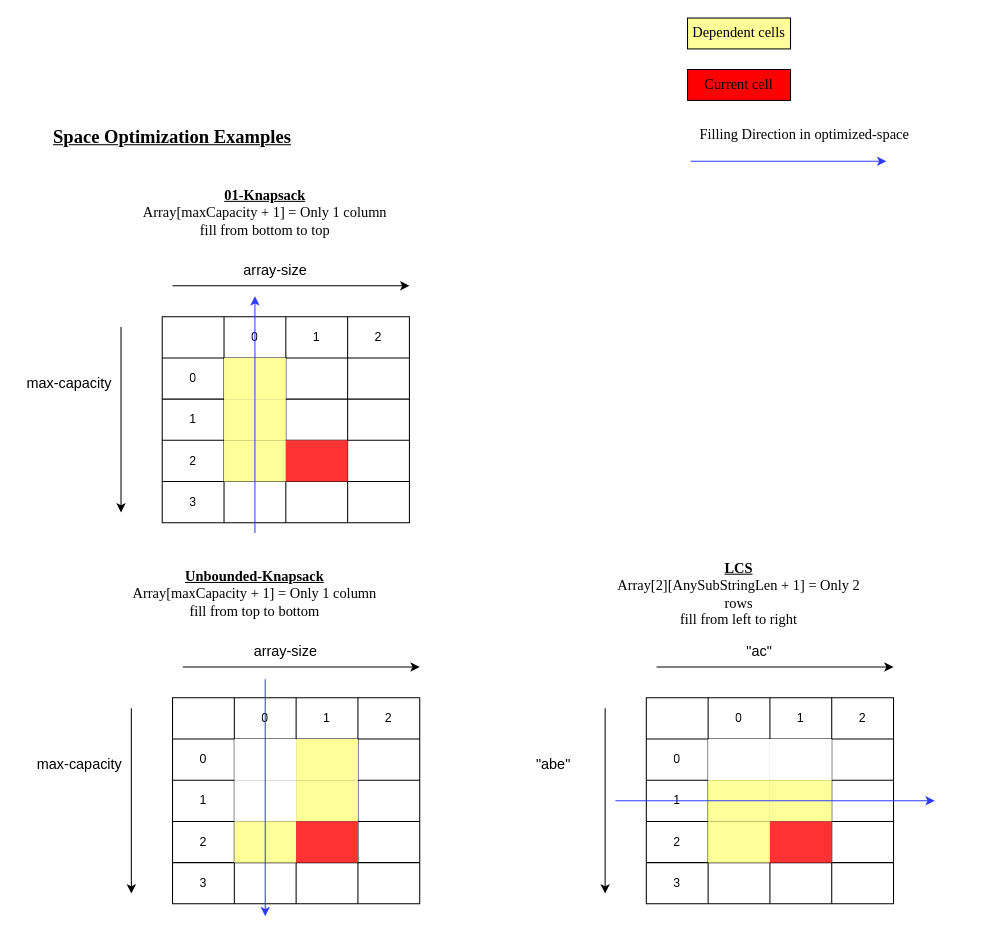
Above: resources/dp/SpaceOptimizationExamples.drawio in pintub/dataStructure-algo (draw.io), before the change. Source tidied: cells renumbered, new cells numbered last; positions are measured from the earlier drawing's top-left corner, leaving out a move shared by most shapes. Both pictures are drawn from the tidied source at 103%, with x=0, y=0 at pixel (18, 18).
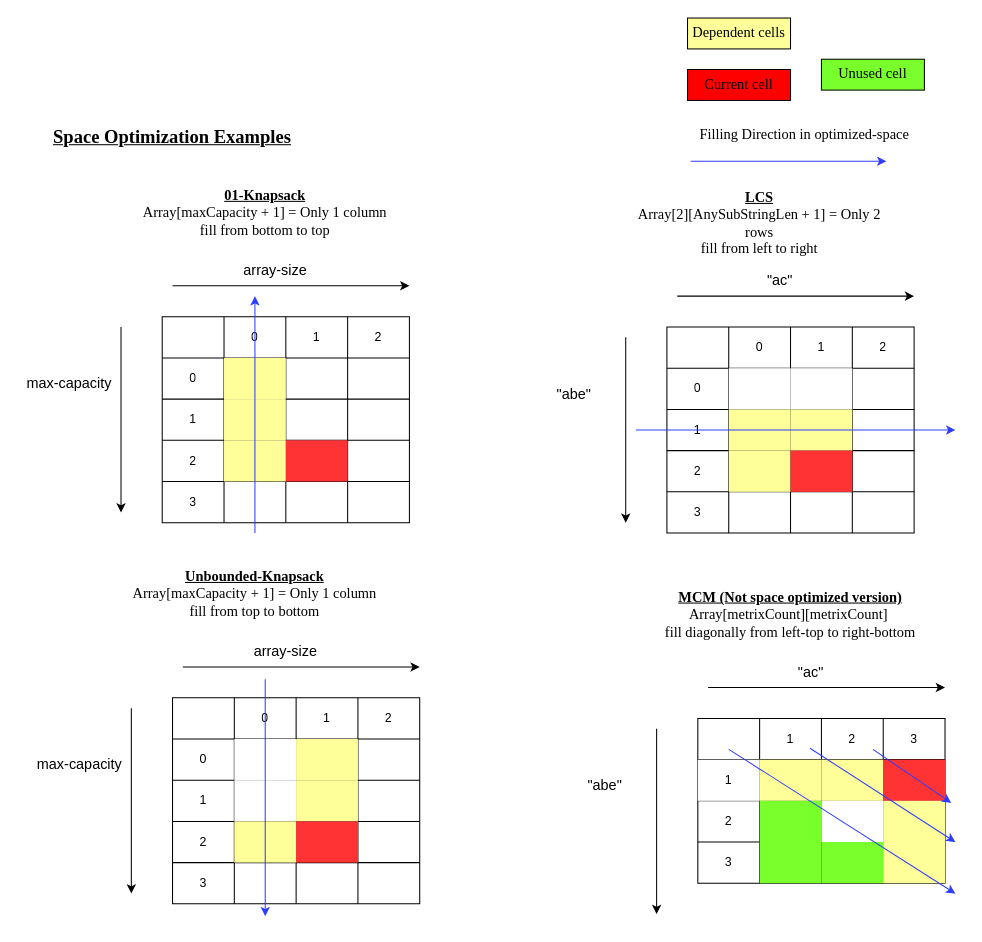
Above is the later version.

The edit, as a diff of the source:
```diff
@@
     <mxCell id="71" style="shape=table;startSize=0;childLayout=tableLayout;" parent="1" vertex="1">
-      <mxGeometry x="610" y="660" width="240" height="200" as="geometry" />
+      <mxGeometry x="630" y="300" width="240" height="200" as="geometry" />
     </mxCell>
@@
     <mxCell id="97" style="endArrow=classic;html=1;rounded=0;" parent="1" edge="1">
       <mxGeometry relative="1" as="geometry">
-        <mxPoint x="570" y="670" as="sourcePoint" />
-        <mxPoint x="570" y="850" as="targetPoint" />
+        <mxPoint x="590" y="310" as="sourcePoint" />
+        <mxPoint x="590" y="490" as="targetPoint" />
       </mxGeometry>
     </mxCell>
     <mxCell id="98" style="endArrow=classic;html=1;rounded=0;" parent="1" edge="1">
       <mxGeometry relative="1" as="geometry">
-        <mxPoint x="620" y="630" as="sourcePoint" />
-        <mxPoint x="850" y="630" as="targetPoint" />
+        <mxPoint x="640" y="270" as="sourcePoint" />
+        <mxPoint x="870" y="270" as="targetPoint" />
       </mxGeometry>
     </mxCell>
     <mxCell id="99" value="&lt;font style=&quot;font-size: 14px;&quot;&gt;&quot;ac&quot;&lt;/font&gt;" style="text;html=1;strokeColor=none;fillColor=none;align=center;verticalAlign=middle;whiteSpace=wrap;rounded=0;" parent="1" vertex="1">
-      <mxGeometry x="670" y="600" width="100" height="30" as="geometry" />
+      <mxGeometry x="690" y="240" width="100" height="30" as="geometry" />
     </mxCell>
     <mxCell id="100" value="&lt;font style=&quot;font-size: 14px;&quot;&gt;&quot;abe&quot;&lt;/font&gt;" style="text;html=1;strokeColor=none;fillColor=none;align=center;verticalAlign=middle;whiteSpace=wrap;rounded=0;" parent="1" vertex="1">
-      <mxGeometry x="470" y="710" width="100" height="30" as="geometry" />
+      <mxGeometry x="490" y="350" width="100" height="30" as="geometry" />
     </mxCell>
     <mxCell id="101" value="&lt;b style=&quot;text-decoration-line: underline;&quot;&gt;LCS&lt;/b&gt;&lt;br&gt;Array[2][AnySubStringLen + 1] = Only 2 rows&lt;br&gt;fill from left to right" style="text;html=1;strokeColor=none;fillColor=none;align=center;verticalAlign=middle;whiteSpace=wrap;rounded=0;fontFamily=Garamond;fontSize=14;" parent="1" vertex="1">
-      <mxGeometry x="570" y="530" width="260" height="60" as="geometry" />
+      <mxGeometry x="590" y="170" width="260" height="60" as="geometry" />
     </mxCell>
     <mxCell id="102" style="endArrow=classic;html=1;rounded=0;fontFamily=Garamond;fontSize=14;fillColor=#1003FF;strokeColor=#2E3CFF;" parent="1" edge="1">
       <mxGeometry relative="1" as="geometry">
-        <mxPoint x="580" y="760" as="sourcePoint" />
-        <mxPoint x="890" y="760" as="targetPoint" />
+        <mxPoint x="600" y="400" as="sourcePoint" />
+        <mxPoint x="910" y="400" as="targetPoint" />
       </mxGeometry>
     </mxCell>
+    <mxCell id="103" style="shape=table;startSize=0;childLayout=tableLayout;" parent="1" vertex="1">
+      <mxGeometry x="660" y="680" width="240" height="160" as="geometry" />
+    </mxCell>
+    <mxCell id="104" style="shape=tableRow;horizontal=0;startSize=0;swimlaneHead=0;swimlaneBody=0;top=0;left=0;bottom=0;right=0;fillColor=none;" parent="103" vertex="1">
+      <mxGeometry width="240" height="40" as="geometry" />
+    </mxCell>
+    <mxCell id="105" style="shape=partialRectangle;html=1;whiteSpace=wrap;overflow=hidden;fillColor=none;top=0;left=0;bottom=0;right=0;" parent="104" vertex="1">
+      <mxGeometry width="60" height="40" as="geometry" />
+    </mxCell>
+    <mxCell id="106" value="1" style="shape=partialRectangle;html=1;whiteSpace=wrap;overflow=hidden;fillColor=none;top=0;left=0;bottom=0;right=0;" parent="104" vertex="1">
+      <mxGeometry x="60" width="60" height="40" as="geometry" />
+    </mxCell>
+    <mxCell id="107" value="2" style="shape=partialRectangle;html=1;whiteSpace=wrap;overflow=hidden;fillColor=none;top=0;left=0;bottom=0;right=0;" parent="104" vertex="1">
+      <mxGeometry x="120" width="60" height="40" as="geometry" />
+    </mxCell>
+    <mxCell id="108" value="3" style="shape=partialRectangle;html=1;whiteSpace=wrap;overflow=hidden;fillColor=none;top=0;left=0;bottom=0;right=0;" parent="104" vertex="1">
+      <mxGeometry x="180" width="60" height="40" as="geometry" />
+    </mxCell>
+    <mxCell id="109" style="shape=tableRow;horizontal=0;startSize=0;swimlaneHead=0;swimlaneBody=0;top=0;left=0;bottom=0;right=0;fillColor=none;" parent="103" vertex="1">
+      <mxGeometry y="40" width="240" height="40" as="geometry" />
+    </mxCell>
+    <mxCell id="110" value="1" style="shape=partialRectangle;html=1;whiteSpace=wrap;overflow=hidden;fillColor=#FFFFFF;top=0;left=0;bottom=0;right=0;" parent="109" vertex="1">
+      <mxGeometry width="60" height="40" as="geometry" />
+    </mxCell>
+    <mxCell id="111" style="shape=partialRectangle;html=1;whiteSpace=wrap;overflow=hidden;fillColor=#FFFF99;top=0;left=0;bottom=0;right=0;" parent="109" vertex="1">
+      <mxGeometry x="60" width="60" height="40" as="geometry" />
+    </mxCell>
+    <mxCell id="112" style="shape=partialRectangle;html=1;whiteSpace=wrap;overflow=hidden;fillColor=#FFFF99;top=0;left=0;bottom=0;right=0;" parent="109" vertex="1">
+      <mxGeometry x="120" width="60" height="40" as="geometry" />
+    </mxCell>
+    <mxCell id="113" style="shape=partialRectangle;html=1;whiteSpace=wrap;overflow=hidden;fillColor=#FF3333;top=0;left=0;bottom=0;right=0;" parent="109" vertex="1">
+      <mxGeometry x="180" width="60" height="40" as="geometry" />
+    </mxCell>
+    <mxCell id="114" style="shape=tableRow;horizontal=0;startSize=0;swimlaneHead=0;swimlaneBody=0;top=0;left=0;bottom=0;right=0;fillColor=none;" parent="103" vertex="1">
+      <mxGeometry y="80" width="240" height="40" as="geometry" />
+    </mxCell>
+    <mxCell id="115" value="2" style="shape=partialRectangle;html=1;whiteSpace=wrap;overflow=hidden;fillColor=none;top=0;left=0;bottom=0;right=0;" parent="114" vertex="1">
+      <mxGeometry width="60" height="40" as="geometry" />
+    </mxCell>
+    <mxCell id="116" style="shape=partialRectangle;html=1;whiteSpace=wrap;overflow=hidden;fillColor=#79FF2B;top=0;left=0;bottom=0;right=0;" parent="114" vertex="1">
+      <mxGeometry x="60" width="60" height="40" as="geometry" />
+    </mxCell>
+    <mxCell id="117" style="shape=partialRectangle;html=1;whiteSpace=wrap;overflow=hidden;fillColor=#FFFFFF;top=0;left=0;bottom=0;right=0;" parent="114" vertex="1">
+      <mxGeometry x="120" width="60" height="40" as="geometry" />
+    </mxCell>
+    <mxCell id="118" style="shape=partialRectangle;html=1;whiteSpace=wrap;overflow=hidden;fillColor=#FFFF99;top=0;left=0;bottom=0;right=0;" parent="114" vertex="1">
+      <mxGeometry x="180" width="60" height="40" as="geometry" />
+    </mxCell>
+    <mxCell id="119" style="shape=tableRow;horizontal=0;startSize=0;swimlaneHead=0;swimlaneBody=0;top=0;left=0;bottom=0;right=0;fillColor=none;strokeColor=#000000;" parent="103" vertex="1">
+      <mxGeometry y="120" width="240" height="40" as="geometry" />
+    </mxCell>
+    <mxCell id="120" value="3" style="shape=partialRectangle;html=1;whiteSpace=wrap;overflow=hidden;fillColor=none;top=0;left=0;bottom=0;right=0;" parent="119" vertex="1">
+      <mxGeometry width="60" height="40" as="geometry" />
+    </mxCell>
+    <mxCell id="121" style="shape=partialRectangle;html=1;whiteSpace=wrap;overflow=hidden;fillColor=#79FF2B;top=0;left=0;bottom=0;right=0;" parent="119" vertex="1">
+      <mxGeometry x="60" width="60" height="40" as="geometry" />
+    </mxCell>
+    <mxCell id="122" style="shape=partialRectangle;html=1;whiteSpace=wrap;overflow=hidden;fillColor=#79FF2B;top=0;left=0;bottom=0;right=0;" parent="119" vertex="1">
+      <mxGeometry x="120" width="60" height="40" as="geometry" />
+    </mxCell>
+    <mxCell id="123" style="shape=partialRectangle;html=1;whiteSpace=wrap;overflow=hidden;fillColor=#FFFF99;top=0;left=0;bottom=0;right=0;" parent="119" vertex="1">
+      <mxGeometry x="180" width="60" height="40" as="geometry" />
+    </mxCell>
+    <mxCell id="124" style="endArrow=classic;html=1;rounded=0;" parent="1" edge="1">
+      <mxGeometry relative="1" as="geometry">
+        <mxPoint x="620" y="690" as="sourcePoint" />
+        <mxPoint x="620" y="870" as="targetPoint" />
+      </mxGeometry>
+    </mxCell>
+    <mxCell id="125" style="endArrow=classic;html=1;rounded=0;" parent="1" edge="1">
+      <mxGeometry relative="1" as="geometry">
+        <mxPoint x="670" y="650" as="sourcePoint" />
+        <mxPoint x="900" y="650" as="targetPoint" />
+      </mxGeometry>
+    </mxCell>
+    <mxCell id="126" value="&lt;font style=&quot;font-size: 14px;&quot;&gt;&quot;ac&quot;&lt;/font&gt;" style="text;html=1;strokeColor=none;fillColor=none;align=center;verticalAlign=middle;whiteSpace=wrap;rounded=0;" parent="1" vertex="1">
+      <mxGeometry x="720" y="620" width="100" height="30" as="geometry" />
+    </mxCell>
+    <mxCell id="127" value="&lt;font style=&quot;font-size: 14px;&quot;&gt;&quot;abe&quot;&lt;/font&gt;" style="text;html=1;strokeColor=none;fillColor=none;align=center;verticalAlign=middle;whiteSpace=wrap;rounded=0;" parent="1" vertex="1">
+      <mxGeometry x="520" y="730" width="100" height="30" as="geometry" />
+    </mxCell>
+    <mxCell id="128" value="&lt;b style=&quot;text-decoration-line: underline;&quot;&gt;MCM (Not space optimized version)&lt;/b&gt;&lt;br&gt;Array[metrixCount][metrixCount]&amp;nbsp;&lt;br&gt;fill diagonally from left-top to right-bottom" style="text;html=1;strokeColor=none;fillColor=none;align=center;verticalAlign=middle;whiteSpace=wrap;rounded=0;fontFamily=Garamond;fontSize=14;" parent="1" vertex="1">
+      <mxGeometry x="620" y="550" width="260" height="60" as="geometry" />
+    </mxCell>
+    <mxCell id="129" style="endArrow=classic;html=1;rounded=0;fontFamily=Garamond;fontSize=14;fillColor=#1003FF;strokeColor=#2E3CFF;" parent="1" edge="1">
+      <mxGeometry relative="1" as="geometry">
+        <mxPoint x="690" y="710" as="sourcePoint" />
+        <mxPoint x="910" y="850" as="targetPoint" />
+      </mxGeometry>
+    </mxCell>
+    <mxCell id="130" style="endArrow=classic;html=1;rounded=0;fontFamily=Garamond;fontSize=14;fillColor=#1003FF;strokeColor=#2E3CFF;" parent="1" edge="1">
+      <mxGeometry relative="1" as="geometry">
+        <mxPoint x="768.9" y="709" as="sourcePoint" />
+        <mxPoint x="910" y="800" as="targetPoint" />
+      </mxGeometry>
+    </mxCell>
+    <mxCell id="131" style="endArrow=classic;html=1;rounded=0;fontFamily=Garamond;fontSize=14;fillColor=#1003FF;strokeColor=#2E3CFF;" parent="1" edge="1">
+      <mxGeometry relative="1" as="geometry">
+        <mxPoint x="830" y="710" as="sourcePoint" />
+        <mxPoint x="906" y="762" as="targetPoint" />
+      </mxGeometry>
+    </mxCell>
+    <mxCell id="132" value="Unused cell" style="rounded=0;whiteSpace=wrap;html=1;fontFamily=Garamond;fontSize=14;strokeColor=#000000;fillColor=#79FF2B;" parent="1" vertex="1">
+      <mxGeometry x="780" y="40" width="100" height="30" as="geometry" />
+    </mxCell>
```
